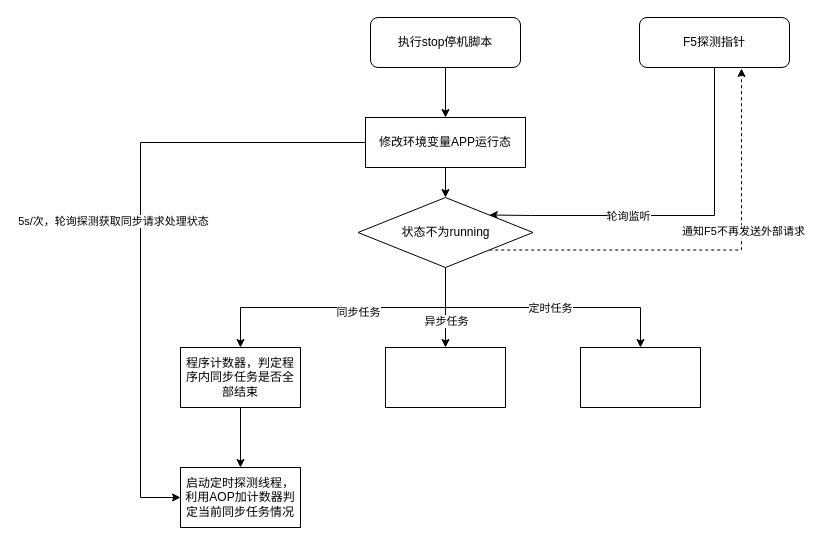
This is 绘图文件/未命名绘图.drawio from NjuptMei/DrowIo, a draw.io file, before an edit. Source tidied: cells renumbered, new cells numbered last; positions are measured from the earlier drawing's top-left corner, leaving out a move shared by most shapes. Both pictures are drawn from the tidied source at 100%, with x=0, y=0 at pixel (140, 17).
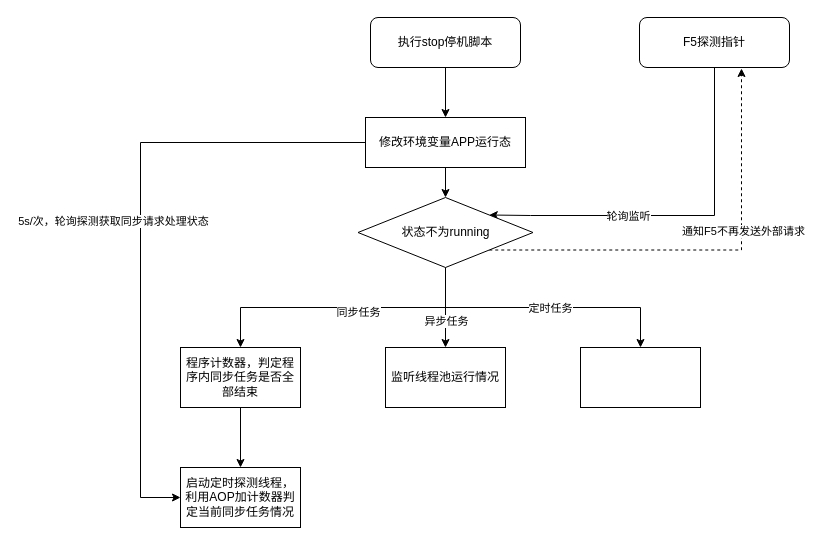
The same page after the edit.

Commit message:
监听线程池.drawio

The edit, as a diff of the source:
```diff
@@
-    <mxCell id="22" style="rounded=0;whiteSpace=wrap;html=1;" parent="1" vertex="1">
+    <mxCell id="22" value="监听线程池运行情况" style="rounded=0;whiteSpace=wrap;html=1;" parent="1" vertex="1">
       <mxGeometry x="245" y="330" width="120" height="60" as="geometry" />
     </mxCell>
```
